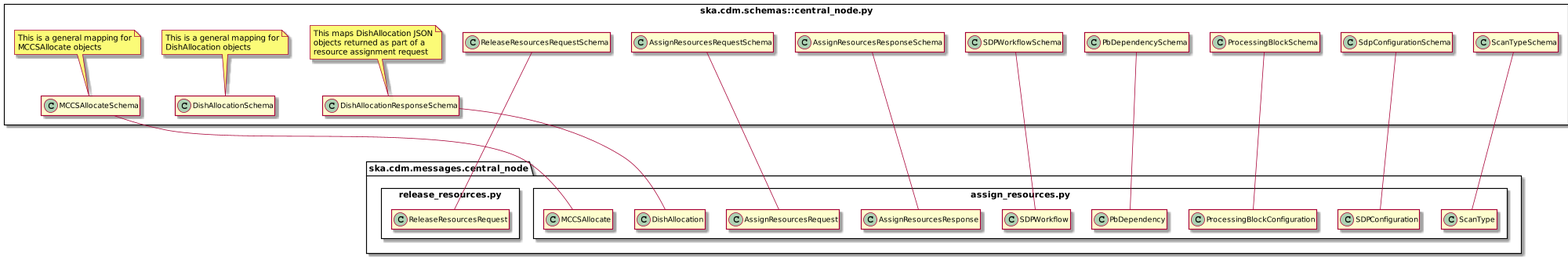
Above: docs/src/developer/schema_cn.png in ska-telescope/cdm-shared-library (PlantUML), before the change.
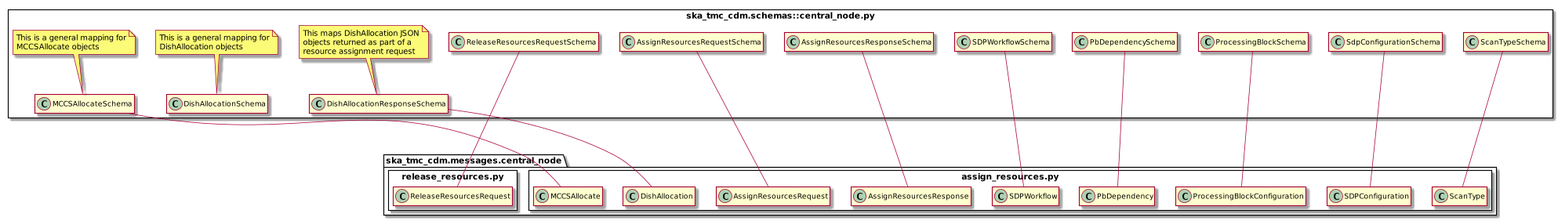
After the commit.

The edit, as a diff of the source:
```diff
@@ -4,7 +4,7 @@
 hide empty members
 
 
-package ska.cdm.schemas {
+package ska_tmc_cdm.schemas {
 	package central_node.py <<Rectangle>> {
 		class ReleaseResourcesRequestSchema
 		class AssignResourcesRequestSchema
@@ -36,7 +36,7 @@
 	}
 }
 
-package ska.cdm.messages.central_node {
+package ska_tmc_cdm.messages.central_node {
 	package assign_resources.py <<Rectangle>> {
 		class AssignResourcesRequest
 		class AssignResourcesResponse
@@ -64,4 +64,6 @@
 ProcessingBlockSchema --- ProcessingBlockConfiguration
 SdpConfigurationSchema --- SDPConfiguration
 MCCSAllocateSchema --- MCCSAllocate
+
+
 @enduml
```
